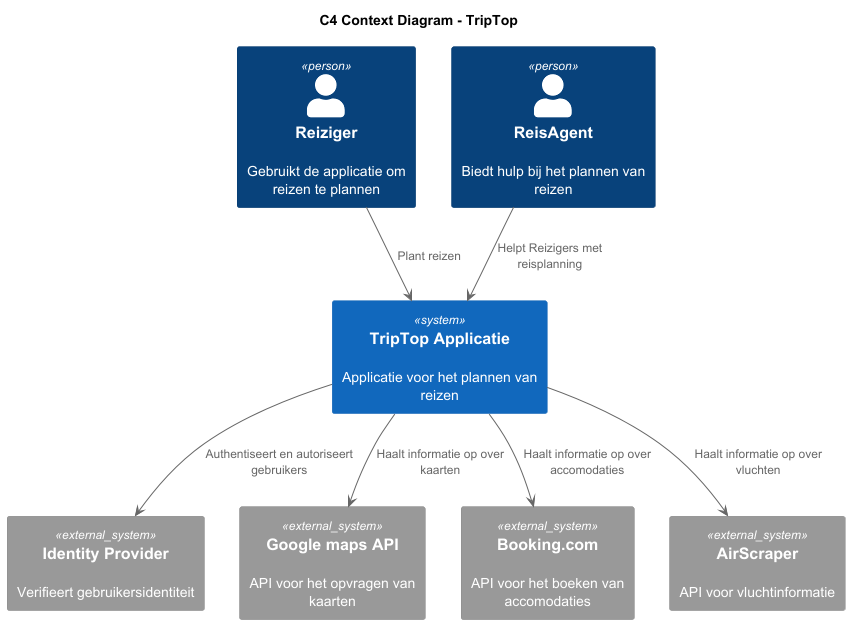
Earlier version of the PlantUML export C4_diagrammen/context-diagram-triptop.png (AIM-ENE-feb25/triptop-groep-b4). Its diagram source:
```plantuml
@startuml
!include <C4/C4_Container>

title C4 Context Diagram - TripTop

Person(Reiziger, "Reiziger", "Gebruikt de applicatie om reizen te plannen")
Person(ReisAgent, "ReisAgent", "Biedt hulp bij het plannen van reizen")

System(TripTop, "TripTop Applicatie", "Applicatie voor het plannen van reizen")

System_Ext(IdentityProvider, "Identity Provider", "Verifieert gebruikersidentiteit")
System_Ext(Google_maps_api, "Google maps API", "API voor het opvragen van kaarten")
System_Ext(Booking, "Booking.com", "API voor het boeken van accomodaties")
System_Ext(AirScraper, "AirScraper", "API voor vluchtinformatie")

Reiziger --> TripTop : "Plant reizen"
ReisAgent --> TripTop : "Helpt Reizigers met reisplanning"

TripTop --> IdentityProvider : "Authentiseert en autoriseert gebruikers"
TripTop --> Google_maps_api : "Haalt informatie op over kaarten"
TripTop --> Booking : "Haalt informatie op over accomodaties"
TripTop --> AirScraper : "Haalt informatie op over vluchten"

@enduml
```
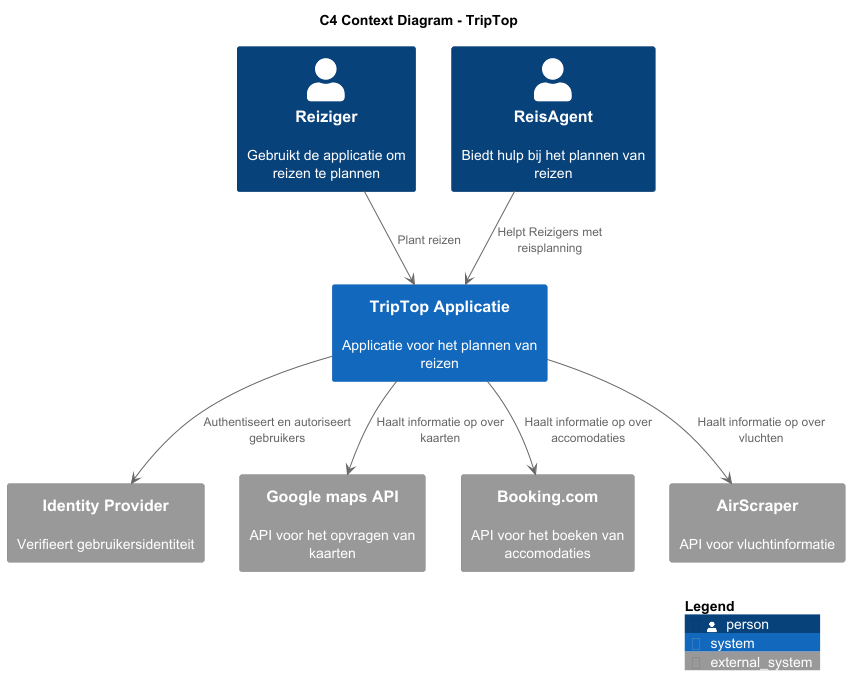
After the commit.

Commit message:
Legend added to diagrams

Diff of the diagram source:
```diff
@@ -21,4 +21,5 @@
 TripTop --> Booking : "Haalt informatie op over accomodaties"
 TripTop --> AirScraper : "Haalt informatie op over vluchten"
 
+SHOW_LEGEND(true)
 @enduml
```
